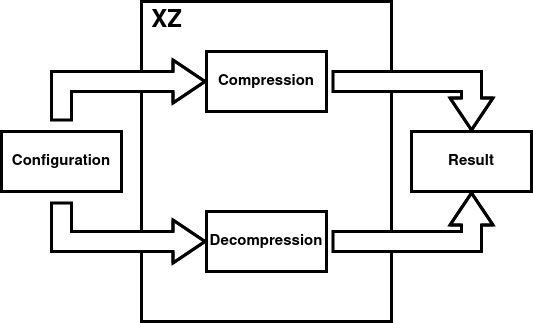
Above: gfx/ConfigurableSystemXZ.png in Aufrichtig98/BachelorThesis (draw.io), before the change. Source tidied: cells renumbered, new cells last; positions are measured from the earlier drawing's top-left corner, leaving out a move shared by most shapes.
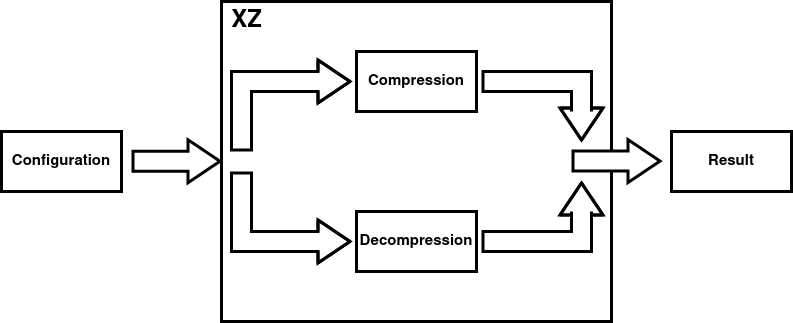
Later version of the same file.

Change to the diagram source:
```diff
@@ -2,8 +2,8 @@
   <root>
     <mxCell id="0" />
     <mxCell id="1" parent="0" />
-    <mxCell id="2" value="&lt;div align=&quot;center&quot;&gt;&lt;br&gt;&lt;/div&gt;" style="rounded=0;whiteSpace=wrap;html=1;labelBackgroundColor=#FFFFFF;strokeWidth=3;fontSize=15;fontColor=#FFFFFF;align=center;" parent="1" vertex="1">
-      <mxGeometry x="140" width="250" height="320" as="geometry" />
+    <mxCell id="2" value="&lt;div align=&quot;center&quot;&gt;&lt;br&gt;&lt;/div&gt;" style="rounded=0;whiteSpace=wrap;html=1;labelBackgroundColor=#FFFFFF;strokeWidth=3;fontSize=15;align=center;" parent="1" vertex="1">
+      <mxGeometry x="70" width="390" height="320" as="geometry" />
     </mxCell>
     <mxCell id="3" value="&lt;font style=&quot;font-size: 15px;&quot;&gt;&lt;b&gt;Compression&lt;/b&gt;&lt;/font&gt;" style="rounded=0;whiteSpace=wrap;html=1;strokeWidth=3;" parent="1" vertex="1">
       <mxGeometry x="205" y="50" width="120" height="60" as="geometry" />
@@ -12,51 +12,74 @@
       <mxGeometry x="205" y="210" width="120" height="60" as="geometry" />
     </mxCell>
     <mxCell id="5" value="&lt;font style=&quot;font-size: 15px;&quot;&gt;&lt;b&gt;Configuration&lt;/b&gt;&lt;/font&gt;" style="rounded=0;whiteSpace=wrap;html=1;labelBackgroundColor=#FFFFFF;strokeWidth=3;fontColor=#000000;align=center;" parent="1" vertex="1">
-      <mxGeometry y="130" width="120" height="60" as="geometry" />
+      <mxGeometry x="-150" y="130" width="120" height="60" as="geometry" />
     </mxCell>
-    <mxCell id="6" style="shape=flexArrow;endArrow=classic;html=1;rounded=0;fontSize=16;fontColor=#FFFFFF;endSize=9.67;fillColor=#FFFFFF;width=18;strokeWidth=3;" parent="1" edge="1" target="4">
+    <mxCell id="6" style="shape=flexArrow;endArrow=classic;html=1;rounded=0;fontSize=16;fontColor=#FFFFFF;endSize=9.67;fillColor=#FFFFFF;width=18;strokeWidth=3;" parent="1" edge="1">
       <mxGeometry relative="1" as="geometry">
-        <mxPoint x="60" y="200" as="sourcePoint" />
+        <mxPoint x="90" y="170" as="sourcePoint" />
+        <mxPoint x="200" y="240" as="targetPoint" />
         <Array as="points">
-          <mxPoint x="60" y="240" />
+          <mxPoint x="90" y="240" />
           <mxPoint x="120" y="240" />
           <mxPoint x="150" y="240" />
         </Array>
       </mxGeometry>
     </mxCell>
     <mxCell id="7" value="&lt;font style=&quot;font-size: 15px;&quot;&gt;&lt;b&gt;Result&lt;/b&gt;&lt;/font&gt;" style="rounded=0;whiteSpace=wrap;html=1;labelBackgroundColor=#FFFFFF;strokeWidth=3;fontColor=#000000;align=center;" parent="1" vertex="1">
-      <mxGeometry x="410" y="130" width="120" height="60" as="geometry" />
+      <mxGeometry x="520" y="130" width="120" height="60" as="geometry" />
     </mxCell>
     <mxCell id="8" style="shape=flexArrow;endArrow=classic;html=1;rounded=0;fontSize=16;fontColor=#FFFFFF;endSize=9.67;fillColor=#FFFFFF;width=18;strokeWidth=3;" parent="1" edge="1">
       <mxGeometry relative="1" as="geometry">
-        <mxPoint x="60" y="120" as="sourcePoint" />
-        <mxPoint x="205" y="80" as="targetPoint" />
+        <mxPoint x="90" y="150" as="sourcePoint" />
+        <mxPoint x="200" y="80" as="targetPoint" />
         <Array as="points">
-          <mxPoint x="60" y="80" />
+          <mxPoint x="90" y="80" />
           <mxPoint x="150" y="80" />
         </Array>
       </mxGeometry>
     </mxCell>
-    <mxCell id="9" style="shape=flexArrow;endArrow=classic;html=1;rounded=0;fontSize=16;fontColor=#FFFFFF;endSize=9.67;fillColor=#FFFFFF;width=18;strokeWidth=3;" parent="1" edge="1">
-      <mxGeometry relative="1" as="geometry">
-        <mxPoint x="330" y="80" as="sourcePoint" />
-        <mxPoint x="470" y="130" as="targetPoint" />
-        <Array as="points">
-          <mxPoint x="470" y="80" />
-        </Array>
-      </mxGeometry>
-    </mxCell>
-    <mxCell id="10" style="shape=flexArrow;endArrow=classic;html=1;rounded=0;fontSize=16;fontColor=#FFFFFF;endSize=9.67;fillColor=#FFFFFF;width=18;strokeWidth=3;entryX=0.5;entryY=1;entryDx=0;entryDy=0;" parent="1" edge="1" target="7">
+    <mxCell id="10" style="shape=flexArrow;endArrow=classic;html=1;rounded=0;fontSize=16;fontColor=#FFFFFF;endSize=9.67;fillColor=#FFFFFF;width=18;strokeWidth=3;" parent="1" edge="1">
       <mxGeometry relative="1" as="geometry">
         <mxPoint x="330" y="240" as="sourcePoint" />
+        <mxPoint x="430" y="180" as="targetPoint" />
         <Array as="points">
-          <mxPoint x="470" y="240" />
-          <mxPoint x="470" y="230" />
+          <mxPoint x="430" y="240" />
+          <mxPoint x="430" y="210" />
         </Array>
       </mxGeometry>
     </mxCell>
     <mxCell id="11" value="&lt;b&gt;&lt;font style=&quot;font-size: 24px;&quot;&gt;XZ&lt;/font&gt;&lt;/b&gt;" style="text;html=1;align=center;verticalAlign=middle;strokeColor=none;fillColor=none;fontSize=15;fontColor=#000000;" parent="1" vertex="1">
-      <mxGeometry x="140" width="50" height="40" as="geometry" />
+      <mxGeometry x="70" width="50" height="40" as="geometry" />
     </mxCell>
+    <mxCell id="12" style="shape=flexArrow;endArrow=classic;html=1;rounded=0;fontSize=16;fontColor=#FFFFFF;endSize=9.67;fillColor=#FFFFFF;width=18;strokeWidth=3;" parent="1" edge="1">
+      <mxGeometry relative="1" as="geometry">
+        <mxPoint x="-20" y="159.8" as="sourcePoint" />
+        <mxPoint x="70" y="160" as="targetPoint" />
+        <Array as="points">
+          <mxPoint x="-20" y="159.8" />
+          <mxPoint x="70" y="159.8" />
+        </Array>
+      </mxGeometry>
+    </mxCell>
+    <mxCell id="13" style="shape=flexArrow;endArrow=classic;html=1;rounded=0;fontSize=16;fontColor=#FFFFFF;endSize=9.67;fillColor=#FFFFFF;width=18;strokeWidth=3;" parent="1" edge="1">
+      <mxGeometry relative="1" as="geometry">
+        <mxPoint x="420" y="159.6" as="sourcePoint" />
+        <mxPoint x="510" y="159.8" as="targetPoint" />
+        <Array as="points">
+          <mxPoint x="420" y="159.6" />
+          <mxPoint x="510" y="159.6" />
+        </Array>
+      </mxGeometry>
+    </mxCell>
+    <mxCell id="14" style="shape=flexArrow;endArrow=classic;html=1;rounded=0;fontSize=16;fontColor=#FFFFFF;endSize=9.67;fillColor=#FFFFFF;width=18;strokeWidth=3;" parent="1" edge="1">
+      <mxGeometry relative="1" as="geometry">
+        <mxPoint x="330" y="80" as="sourcePoint" />
+        <mxPoint x="430" y="140" as="targetPoint" />
+        <Array as="points">
+          <mxPoint x="430" y="80" />
+          <mxPoint x="430" y="110" />
+        </Array>
+      </mxGeometry>
+    </mxCell>
   </root>
 </mxGraphModel>
```
